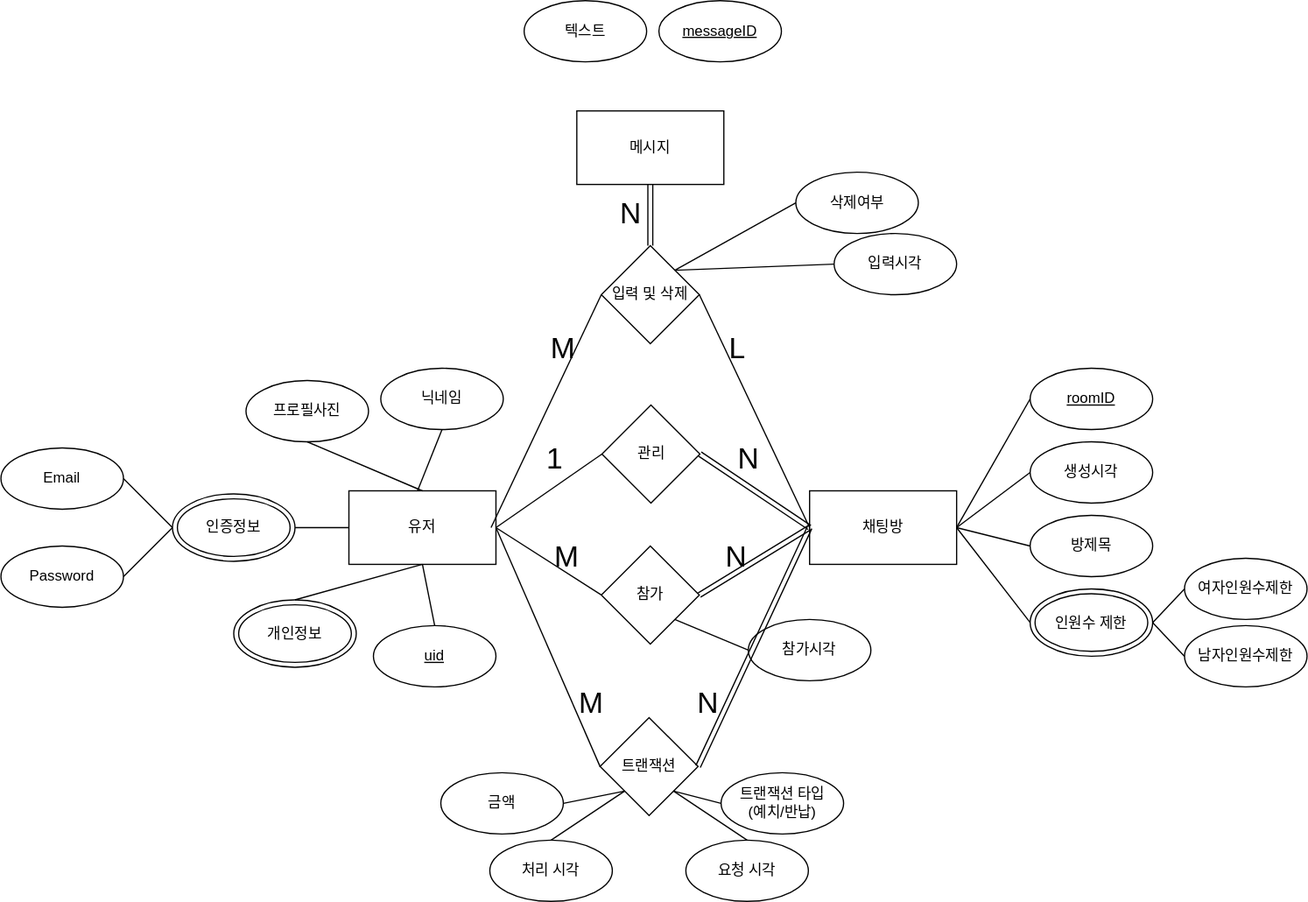
This is diagrams/DB_conceptual_design.drawio.svg from RGB234/meeting_app, a draw.io export, as it was before one commit. Source tidied: cells renumbered, new cells last; positions are measured from the earlier drawing's top-left corner, leaving out a move shared by most shapes.
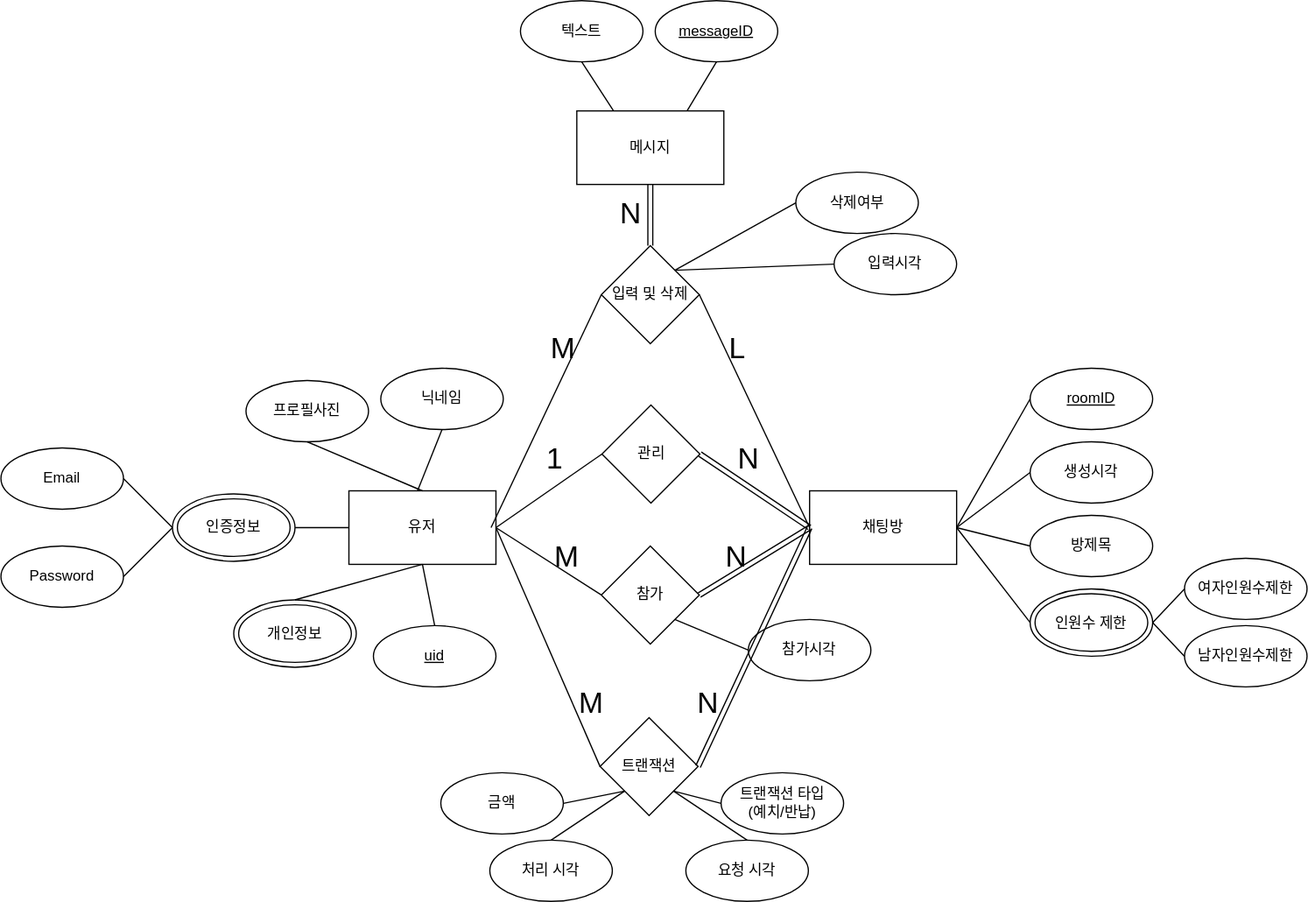
After the change.

Diff of the diagram source:
```diff
@@ -60,10 +60,10 @@
       <mxGeometry x="648.8" y="140" width="100" height="50" as="geometry" />
     </mxCell>
     <mxCell id="21" value="텍스트" style="ellipse;whiteSpace=wrap;html=1;" parent="1" vertex="1">
-      <mxGeometry x="427" width="100" height="50" as="geometry" />
+      <mxGeometry x="424" width="100" height="50" as="geometry" />
     </mxCell>
     <mxCell id="22" value="&lt;u&gt;messageID&lt;/u&gt;" style="ellipse;whiteSpace=wrap;html=1;" parent="1" vertex="1">
-      <mxGeometry x="537" width="100" height="50" as="geometry" />
+      <mxGeometry x="534" width="100" height="50" as="geometry" />
     </mxCell>
     <mxCell id="23" value="참가&lt;span style=&quot;background-color: initial;&quot;&gt;시각&lt;/span&gt;" style="ellipse;whiteSpace=wrap;html=1;" parent="1" vertex="1">
       <mxGeometry x="610" y="505" width="100" height="50" as="geometry" />
@@ -226,5 +226,11 @@
         <mxPoint x="39" y="60" as="offset" />
       </mxGeometry>
     </mxCell>
+    <mxCell id="70" style="endArrow=none;html=1;rounded=0;entryX=0.75;entryY=0;entryDx=0;entryDy=0;exitX=0.5;exitY=1;exitDx=0;exitDy=0;" parent="1" edge="1" source="22" target="6">
+      <mxGeometry relative="1" as="geometry" />
+    </mxCell>
+    <mxCell id="71" style="endArrow=none;html=1;rounded=0;entryX=0.25;entryY=0;entryDx=0;entryDy=0;exitX=0.5;exitY=1;exitDx=0;exitDy=0;" parent="1" edge="1" source="21" target="6">
+      <mxGeometry relative="1" as="geometry" />
+    </mxCell>
   </root>
 </mxGraphModel>
```
